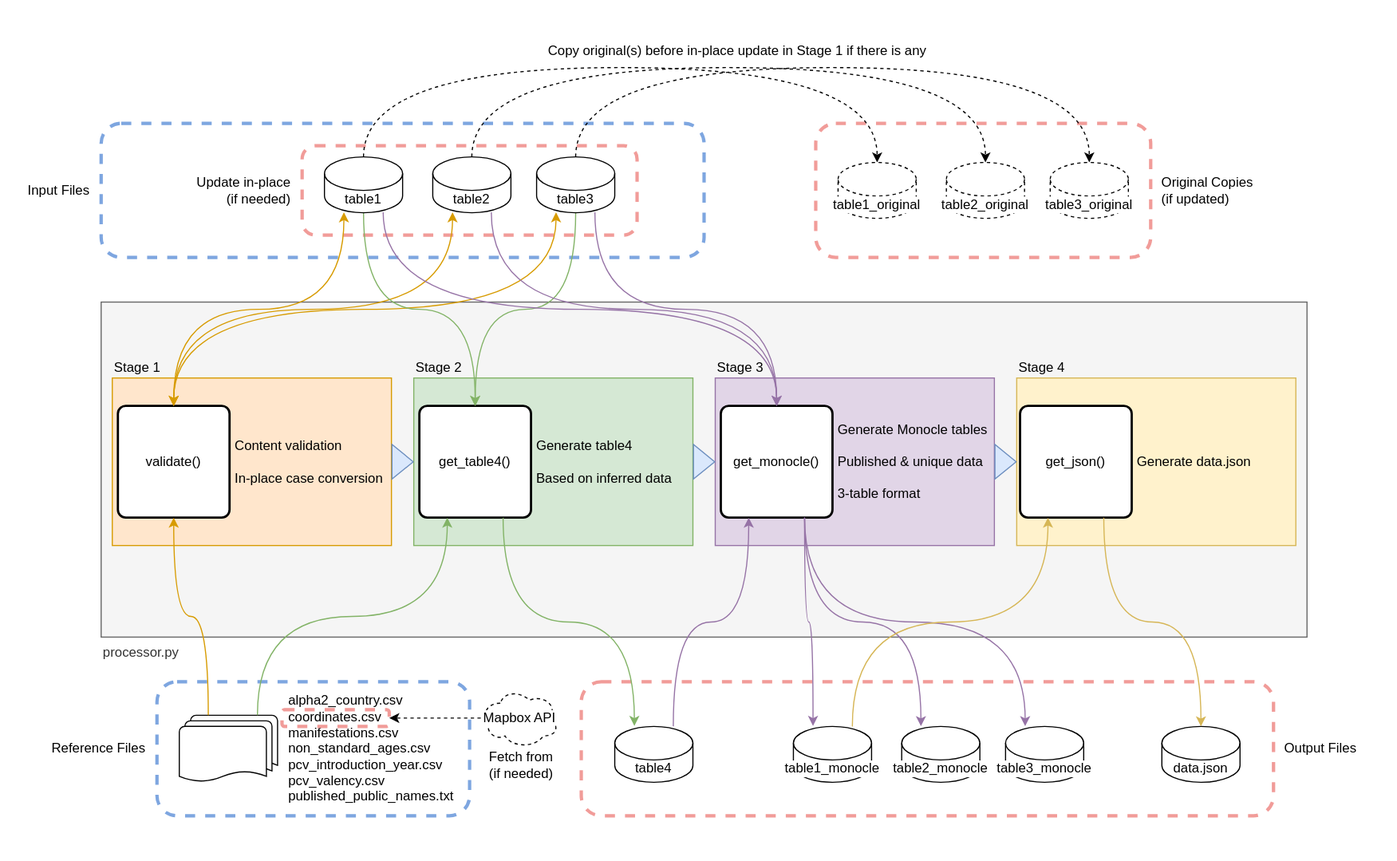
The draw.io diagram doc/workflow.drawio.svg in sanger-bentley-group/gps-database-processor, before a commit. Source tidied: cells renumbered, new cells last; positions are measured from the earlier drawing's top-left corner, leaving out a move shared by most shapes.
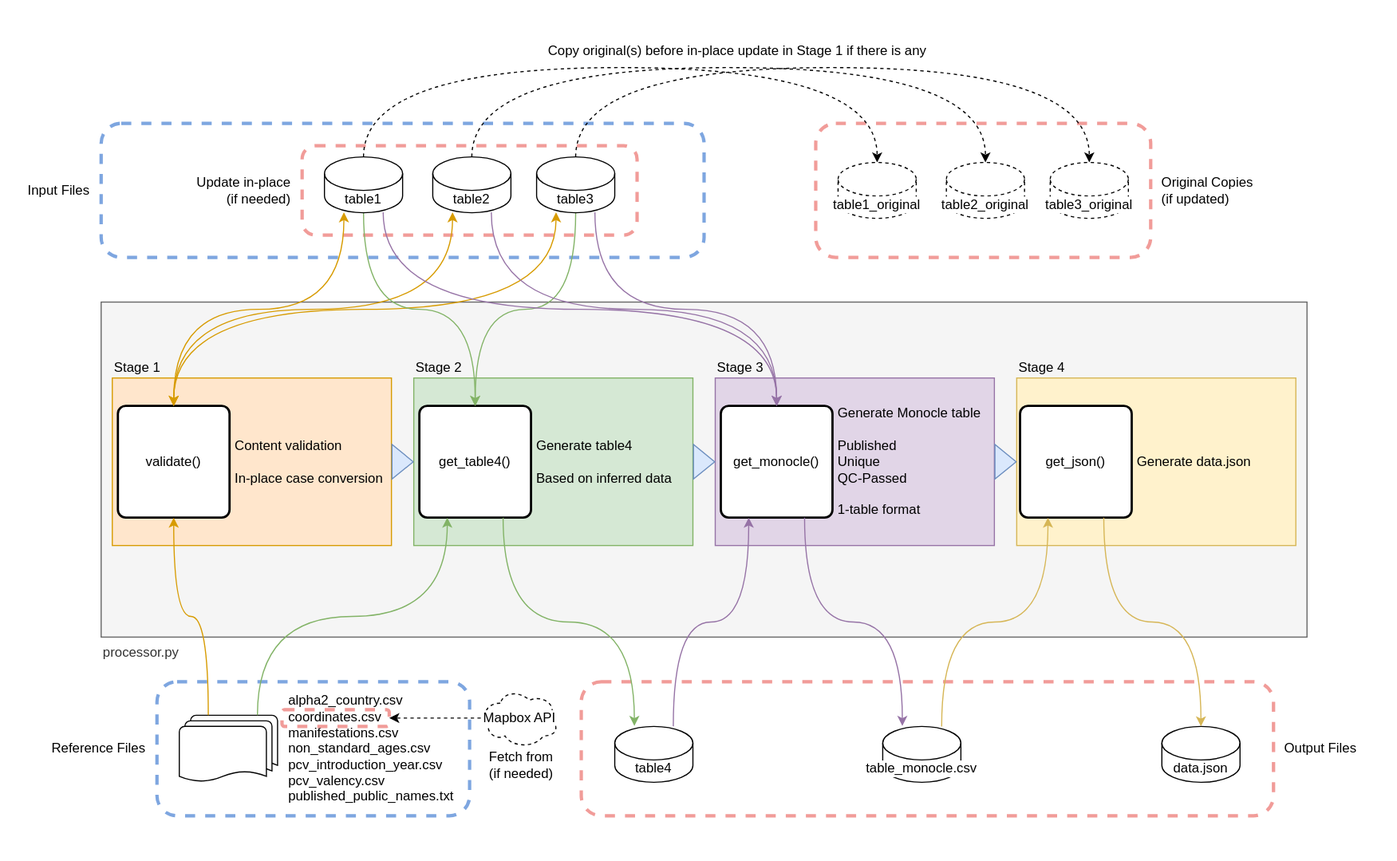
Later version of the same file.

Commit message:
Change to Single Monocle Table Format

What changed in the source:
```diff
@@ -32,7 +32,7 @@
     <mxCell id="11" value="get_monocle()" style="rounded=1;whiteSpace=wrap;html=1;absoluteArcSize=1;arcSize=14;strokeWidth=2;labelBackgroundColor=#ffffff;fillStyle=auto;fillColor=default;strokeColor=default;" parent="9" vertex="1">
       <mxGeometry x="5" y="25" width="100" height="100" as="geometry" />
     </mxCell>
-    <mxCell id="12" value="&lt;span&gt;Generate Monocle tables&lt;br&gt;&lt;br&gt;Published &amp;amp; unique data&lt;br&gt;&lt;br&gt;3-table format&lt;br&gt;&lt;/span&gt;" style="text;html=1;strokeColor=none;fillColor=none;align=left;verticalAlign=middle;whiteSpace=wrap;rounded=0;shadow=0;glass=0;labelBackgroundColor=none;labelBorderColor=none;sketch=0;fillStyle=solid;" parent="9" vertex="1">
+    <mxCell id="12" value="&lt;span&gt;Generate Monocle table&lt;br&gt;&lt;br&gt;Published&lt;br&gt;Unique&lt;br&gt;QC-Passed&lt;br&gt;&lt;br&gt;1-table format&lt;br&gt;&lt;/span&gt;" style="text;html=1;strokeColor=none;fillColor=none;align=left;verticalAlign=middle;whiteSpace=wrap;rounded=0;shadow=0;glass=0;labelBackgroundColor=none;labelBorderColor=none;sketch=0;fillStyle=solid;" parent="9" vertex="1">
       <mxGeometry x="108" y="29.8" width="150" height="90.5" as="geometry" />
     </mxCell>
     <mxCell id="13" style="group;" parent="1" vertex="1">
@@ -104,12 +104,6 @@
     <mxCell id="35" style="endArrow=classic;html=1;rounded=0;fillColor=#e1d5e7;curved=1;exitX=0.75;exitY=1;exitDx=0;exitDy=0;entryX=0.251;entryY=-0.008;entryDx=0;entryDy=0;entryPerimeter=0;edgeStyle=orthogonalEdgeStyle;strokeColor=#9673a6;" parent="1" edge="1" source="11" target="49">
       <mxGeometry relative="1" as="geometry" />
     </mxCell>
-    <mxCell id="36" style="endArrow=classic;html=1;rounded=0;fillColor=#e1d5e7;curved=1;exitX=0.75;exitY=1;exitDx=0;exitDy=0;entryX=0.246;entryY=-0.004;entryDx=0;entryDy=0;entryPerimeter=0;edgeStyle=orthogonalEdgeStyle;strokeColor=#9673a6;" parent="1" edge="1" source="11" target="50">
-      <mxGeometry relative="1" as="geometry" />
-    </mxCell>
-    <mxCell id="37" style="endArrow=classic;html=1;rounded=0;fillColor=#e1d5e7;curved=1;exitX=0.75;exitY=1;exitDx=0;exitDy=0;entryX=0.251;entryY=-0.004;entryDx=0;entryDy=0;entryPerimeter=0;edgeStyle=orthogonalEdgeStyle;strokeColor=#9673a6;" parent="1" edge="1" source="11" target="51">
-      <mxGeometry relative="1" as="geometry" />
-    </mxCell>
     <mxCell id="38" style="endArrow=classic;html=1;rounded=0;fillColor=#fff2cc;curved=1;exitX=0.754;exitY=0.002;exitDx=0;exitDy=0;exitPerimeter=0;entryX=0.25;entryY=1;entryDx=0;entryDy=0;edgeStyle=orthogonalEdgeStyle;strokeColor=#d6b656;" parent="1" edge="1" source="49" target="7">
       <mxGeometry relative="1" as="geometry" />
     </mxCell>
@@ -141,17 +135,11 @@
       <mxGeometry x="190" width="70" height="50" as="geometry" />
     </mxCell>
     <mxCell id="48" style="group;" parent="1" vertex="1">
-      <mxGeometry x="710" y="650" width="260" height="50" as="geometry" />
+      <mxGeometry x="790" y="650" width="260" height="50" as="geometry" />
     </mxCell>
-    <mxCell id="49" value="table1_monocle" style="shape=cylinder3;whiteSpace=wrap;html=1;boundedLbl=1;backgroundOutline=1;size=15;labelBackgroundColor=default;" parent="48" vertex="1">
+    <mxCell id="49" value="table_monocle.csv" style="shape=cylinder3;whiteSpace=wrap;html=1;boundedLbl=1;backgroundOutline=1;size=15;labelBackgroundColor=default;" parent="48" vertex="1">
       <mxGeometry width="70" height="50" as="geometry" />
     </mxCell>
-    <mxCell id="50" value="table2_monocle" style="shape=cylinder3;whiteSpace=wrap;html=1;boundedLbl=1;backgroundOutline=1;size=15;labelBackgroundColor=default;" parent="48" vertex="1">
-      <mxGeometry x="97" width="70" height="50" as="geometry" />
-    </mxCell>
-    <mxCell id="51" value="table3_monocle" style="shape=cylinder3;whiteSpace=wrap;html=1;boundedLbl=1;backgroundOutline=1;size=15;labelBackgroundColor=default;" parent="48" vertex="1">
-      <mxGeometry x="190" width="70" height="50" as="geometry" />
-    </mxCell>
     <mxCell id="52" style="group;strokeColor=none;" parent="1" vertex="1">
       <mxGeometry x="750" y="145" width="260" height="50" as="geometry" />
     </mxCell>
```
